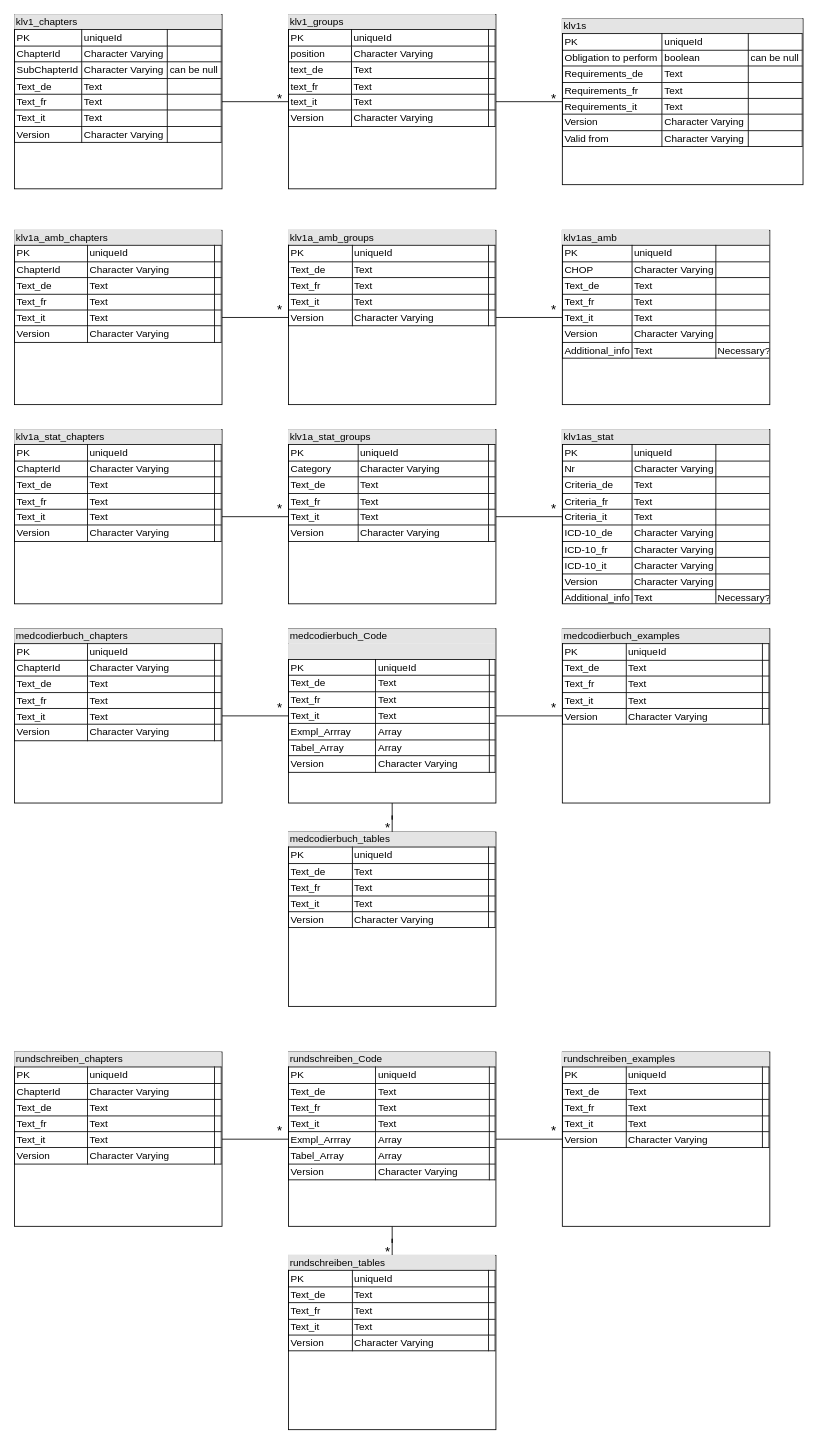
The draw.io diagram Dokumentation/diagrams/Untitled Diagram.drawio in TheCodear/PSE-eonum-docrepo, before the edit. Source tidied: cells renumbered, new cells numbered last; positions are measured from the earlier drawing's top-left corner, leaving out a move shared by most shapes. Both pictures are drawn from the tidied source at 83%, with x=0, y=0 at pixel (14, 14).
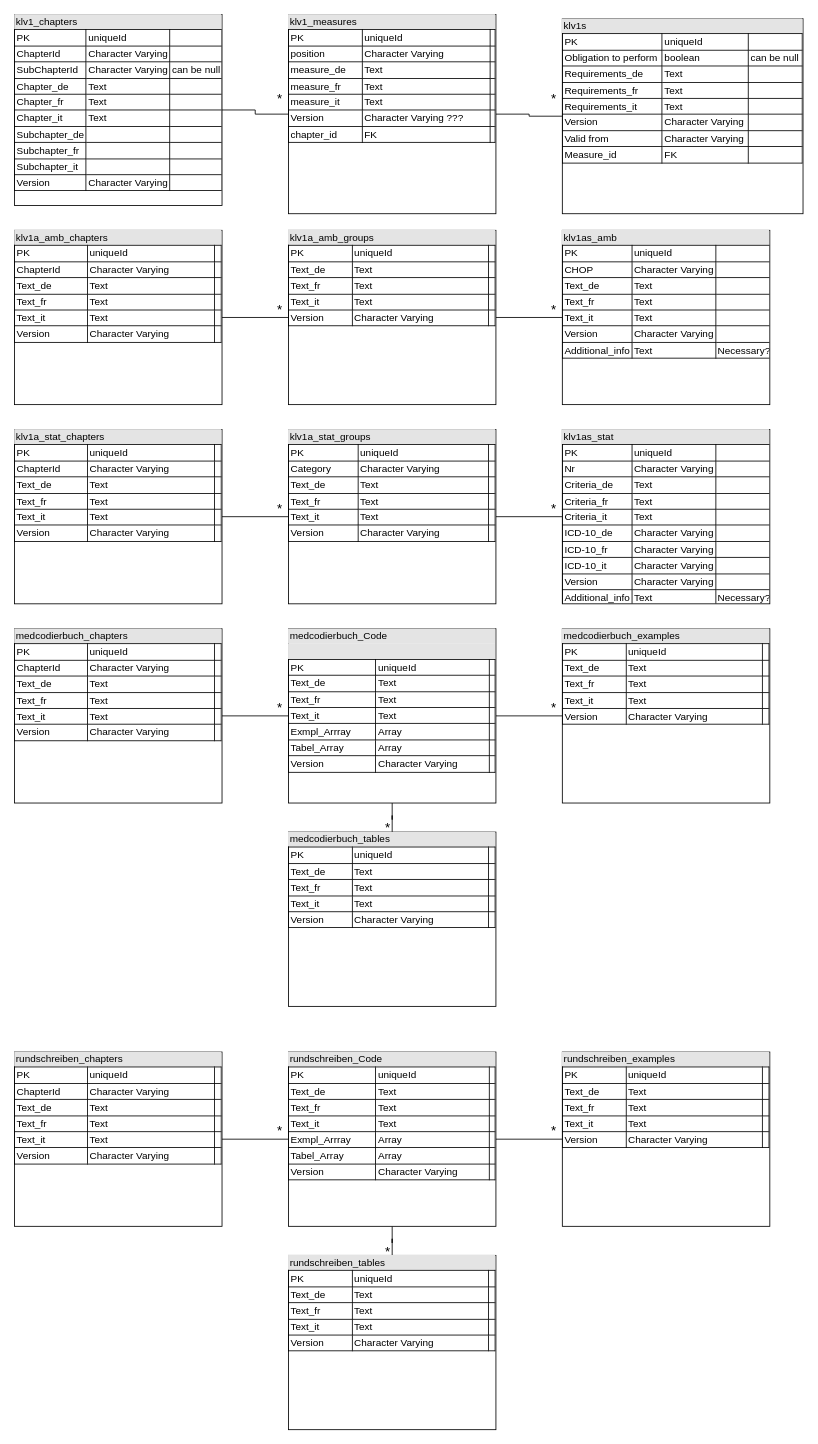
Above is the later version.

Diff of the diagram source:
```diff
@@
-    <mxCell id="3" value="&lt;div style=&quot;box-sizing: border-box ; width: 100% ; background: #e4e4e4 ; padding: 2px&quot;&gt;klv1_chapters&lt;/div&gt;&lt;table style=&quot;width: 100% ; font-size: 1em ; border: 1px solid rgb(0 , 0 , 0) ; border-collapse: collapse&quot; cellspacing=&quot;0&quot; cellpadding=&quot;2&quot; border=&quot;1&quot;&gt;&lt;tbody&gt;&lt;tr&gt;&lt;td&gt;PK&lt;/td&gt;&lt;td&gt;uniqueId&lt;/td&gt;&lt;td&gt;&lt;br&gt;&lt;/td&gt;&lt;/tr&gt;&lt;tr&gt;&lt;td&gt;ChapterId&lt;/td&gt;&lt;td&gt;Character Varying&lt;/td&gt;&lt;td&gt;&lt;br&gt;&lt;/td&gt;&lt;/tr&gt;&lt;tr&gt;&lt;td&gt;SubChapterId&lt;br&gt;&lt;/td&gt;&lt;td style=&quot;border-collapse: collapse&quot;&gt;Character Varying&lt;/td&gt;&lt;td&gt;can be null&lt;br&gt;&lt;/td&gt;&lt;/tr&gt;&lt;tr&gt;&lt;td&gt;Text_de&lt;br&gt;&lt;/td&gt;&lt;td&gt;Text&lt;br&gt;&lt;/td&gt;&lt;td&gt;&lt;br&gt;&lt;/td&gt;&lt;/tr&gt;&lt;tr&gt;&lt;td&gt;Text_fr&lt;br&gt;&lt;/td&gt;&lt;td&gt;Text&lt;br&gt;&lt;/td&gt;&lt;td&gt;&lt;br&gt;&lt;/td&gt;&lt;/tr&gt;&lt;tr&gt;&lt;td&gt;Text_it&lt;br&gt;&lt;/td&gt;&lt;td&gt;Text&lt;br&gt;&lt;/td&gt;&lt;td&gt;&lt;br&gt;&lt;/td&gt;&lt;/tr&gt;&lt;tr&gt;&lt;td&gt;Version&lt;br&gt;&lt;/td&gt;&lt;td&gt;Character Varying&lt;br&gt;&lt;/td&gt;&lt;td&gt;&lt;br&gt;&lt;/td&gt;&lt;/tr&gt;&lt;/tbody&gt;&lt;/table&gt;" style="verticalAlign=top;align=left;overflow=fill;html=1;" parent="1" vertex="1">
-      <mxGeometry width="250" height="210" as="geometry" />
+    <mxCell id="3" value="&lt;div style=&quot;box-sizing: border-box ; width: 100% ; background: #e4e4e4 ; padding: 2px&quot;&gt;klv1_chapters&lt;/div&gt;&lt;table style=&quot;width: 100% ; font-size: 1em ; border: 1px solid rgb(0 , 0 , 0) ; border-collapse: collapse&quot; cellspacing=&quot;0&quot; cellpadding=&quot;2&quot; border=&quot;1&quot;&gt;&lt;tbody&gt;&lt;tr&gt;&lt;td&gt;PK&lt;/td&gt;&lt;td&gt;uniqueId&lt;/td&gt;&lt;td&gt;&lt;br&gt;&lt;/td&gt;&lt;/tr&gt;&lt;tr&gt;&lt;td&gt;ChapterId&lt;/td&gt;&lt;td&gt;Character Varying&lt;/td&gt;&lt;td&gt;&lt;br&gt;&lt;/td&gt;&lt;/tr&gt;&lt;tr&gt;&lt;td&gt;SubChapterId&lt;br&gt;&lt;/td&gt;&lt;td style=&quot;border-collapse: collapse&quot;&gt;Character Varying&lt;/td&gt;&lt;td&gt;can be null&lt;br&gt;&lt;/td&gt;&lt;/tr&gt;&lt;tr&gt;&lt;td&gt;Chapter_de&lt;br&gt;&lt;/td&gt;&lt;td&gt;Text&lt;br&gt;&lt;/td&gt;&lt;td&gt;&lt;br&gt;&lt;/td&gt;&lt;/tr&gt;&lt;tr&gt;&lt;td&gt;Chapter_fr&lt;br&gt;&lt;/td&gt;&lt;td&gt;Text&lt;br&gt;&lt;/td&gt;&lt;td&gt;&lt;br&gt;&lt;/td&gt;&lt;/tr&gt;&lt;tr&gt;&lt;td&gt;Chapter_it&lt;br&gt;&lt;/td&gt;&lt;td&gt;Text&lt;br&gt;&lt;/td&gt;&lt;td&gt;&lt;br&gt;&lt;/td&gt;&lt;/tr&gt;&lt;tr&gt;&lt;td&gt;Subchapter_de&lt;br&gt;&lt;/td&gt;&lt;td&gt;&lt;br&gt;&lt;/td&gt;&lt;td&gt;&lt;br&gt;&lt;/td&gt;&lt;/tr&gt;&lt;tr&gt;&lt;td&gt;Subchapter_fr&lt;br&gt;&lt;/td&gt;&lt;td&gt;&lt;br&gt;&lt;/td&gt;&lt;td&gt;&lt;br&gt;&lt;/td&gt;&lt;/tr&gt;&lt;tr&gt;&lt;td&gt;Subchapter_it&lt;br&gt;&lt;/td&gt;&lt;td&gt;&lt;br&gt;&lt;/td&gt;&lt;td&gt;&lt;br&gt;&lt;/td&gt;&lt;/tr&gt;&lt;tr&gt;&lt;td&gt;Version&lt;br&gt;&lt;/td&gt;&lt;td&gt;Character Varying&lt;br&gt;&lt;/td&gt;&lt;td&gt;&lt;br&gt;&lt;/td&gt;&lt;/tr&gt;&lt;/tbody&gt;&lt;/table&gt;" style="verticalAlign=top;align=left;overflow=fill;html=1;" parent="1" vertex="1">
+      <mxGeometry width="250" height="230" as="geometry" />
     </mxCell>
@@
-    <mxCell id="5" value="&lt;div style=&quot;box-sizing: border-box ; width: 100% ; background: #e4e4e4 ; padding: 2px&quot;&gt;klv1_groups&lt;/div&gt;&lt;table style=&quot;width: 100% ; font-size: 1em ; border: 1px solid rgb(0 , 0 , 0) ; border-collapse: collapse&quot; cellspacing=&quot;0&quot; cellpadding=&quot;2&quot; border=&quot;1&quot;&gt;&lt;tbody&gt;&lt;tr&gt;&lt;td&gt;PK&lt;/td&gt;&lt;td&gt;uniqueId&lt;/td&gt;&lt;td&gt;&lt;br&gt;&lt;/td&gt;&lt;/tr&gt;&lt;tr&gt;&lt;td&gt;position&lt;br&gt;&lt;/td&gt;&lt;td&gt;Character Varying&lt;br&gt;&lt;/td&gt;&lt;td&gt;&lt;br&gt;&lt;/td&gt;&lt;/tr&gt;&lt;tr&gt;&lt;td&gt;text_de&lt;br&gt;&lt;/td&gt;&lt;td style=&quot;border-collapse: collapse&quot;&gt;Text&lt;br&gt;&lt;/td&gt;&lt;td&gt;&lt;br&gt;&lt;/td&gt;&lt;/tr&gt;&lt;tr&gt;&lt;td&gt;text_fr&lt;br&gt;&lt;/td&gt;&lt;td&gt;Text&lt;br&gt;&lt;/td&gt;&lt;td&gt;&lt;br&gt;&lt;/td&gt;&lt;/tr&gt;&lt;tr&gt;&lt;td&gt;text_it&lt;br&gt;&lt;/td&gt;&lt;td&gt;Text&lt;br&gt;&lt;/td&gt;&lt;td&gt;&lt;br&gt;&lt;/td&gt;&lt;/tr&gt;&lt;tr&gt;&lt;td&gt;Version&lt;br&gt;&lt;/td&gt;&lt;td&gt;Character Varying&lt;br&gt;&lt;/td&gt;&lt;td&gt;&lt;br&gt;&lt;/td&gt;&lt;/tr&gt;&lt;/tbody&gt;&lt;/table&gt;" style="verticalAlign=top;align=left;overflow=fill;html=1;" parent="1" vertex="1">
-      <mxGeometry x="330" width="250" height="210" as="geometry" />
+    <mxCell id="5" value="&lt;div style=&quot;box-sizing: border-box ; width: 100% ; background: #e4e4e4 ; padding: 2px&quot;&gt;klv1_measures&lt;/div&gt;&lt;table style=&quot;width: 100% ; font-size: 1em ; border: 1px solid rgb(0 , 0 , 0) ; border-collapse: collapse&quot; cellspacing=&quot;0&quot; cellpadding=&quot;2&quot; border=&quot;1&quot;&gt;&lt;tbody&gt;&lt;tr&gt;&lt;td&gt;PK&lt;/td&gt;&lt;td&gt;uniqueId&lt;/td&gt;&lt;td&gt;&lt;br&gt;&lt;/td&gt;&lt;/tr&gt;&lt;tr&gt;&lt;td&gt;position&lt;br&gt;&lt;/td&gt;&lt;td&gt;Character Varying&lt;br&gt;&lt;/td&gt;&lt;td&gt;&lt;br&gt;&lt;/td&gt;&lt;/tr&gt;&lt;tr&gt;&lt;td&gt;measure_de&lt;br&gt;&lt;/td&gt;&lt;td style=&quot;border-collapse: collapse&quot;&gt;Text&lt;br&gt;&lt;/td&gt;&lt;td&gt;&lt;br&gt;&lt;/td&gt;&lt;/tr&gt;&lt;tr&gt;&lt;td&gt;measure_fr&lt;br&gt;&lt;/td&gt;&lt;td&gt;Text&lt;br&gt;&lt;/td&gt;&lt;td&gt;&lt;br&gt;&lt;/td&gt;&lt;/tr&gt;&lt;tr&gt;&lt;td&gt;measure_it&lt;br&gt;&lt;/td&gt;&lt;td&gt;Text&lt;br&gt;&lt;/td&gt;&lt;td&gt;&lt;br&gt;&lt;/td&gt;&lt;/tr&gt;&lt;tr&gt;&lt;td&gt;Version&lt;br&gt;&lt;/td&gt;&lt;td&gt;Character Varying ???&lt;br&gt;&lt;/td&gt;&lt;td&gt;&lt;br&gt;&lt;/td&gt;&lt;/tr&gt;&lt;tr&gt;&lt;td&gt;chapter_id&lt;br&gt;&lt;/td&gt;&lt;td&gt;FK&lt;br&gt;&lt;/td&gt;&lt;td&gt;&lt;br&gt;&lt;/td&gt;&lt;/tr&gt;&lt;/tbody&gt;&lt;/table&gt;" style="verticalAlign=top;align=left;overflow=fill;html=1;" parent="1" vertex="1">
+      <mxGeometry x="330" width="250" height="240" as="geometry" />
     </mxCell>
-    <mxCell id="6" value="&lt;div style=&quot;box-sizing: border-box ; width: 100% ; background: #e4e4e4 ; padding: 2px&quot;&gt;klv1s&lt;/div&gt;&lt;table style=&quot;width: 100% ; font-size: 1em ; border: 1px solid rgb(0 , 0 , 0) ; border-collapse: collapse&quot; cellspacing=&quot;0&quot; cellpadding=&quot;2&quot; border=&quot;1&quot;&gt;&lt;tbody&gt;&lt;tr&gt;&lt;td&gt;PK&lt;/td&gt;&lt;td&gt;uniqueId&lt;/td&gt;&lt;td&gt;&lt;br&gt;&lt;/td&gt;&lt;/tr&gt;&lt;tr&gt;&lt;td&gt;Obligation to perform&lt;br&gt;&lt;/td&gt;&lt;td&gt;boolean&lt;br&gt;&lt;/td&gt;&lt;td&gt;can be null&lt;br&gt;&lt;/td&gt;&lt;/tr&gt;&lt;tr&gt;&lt;td&gt;Requirements_de&lt;br&gt;&lt;/td&gt;&lt;td style=&quot;border-collapse: collapse&quot;&gt;Text&lt;br&gt;&lt;/td&gt;&lt;td&gt;&lt;br&gt;&lt;/td&gt;&lt;/tr&gt;&lt;tr&gt;&lt;td&gt;Requirements_fr&lt;br&gt;&lt;/td&gt;&lt;td&gt;Text&lt;br&gt;&lt;/td&gt;&lt;td&gt;&lt;br&gt;&lt;/td&gt;&lt;/tr&gt;&lt;tr&gt;&lt;td&gt;Requirements_it&lt;br&gt;&lt;/td&gt;&lt;td&gt;Text&lt;br&gt;&lt;/td&gt;&lt;td&gt;&lt;br&gt;&lt;/td&gt;&lt;/tr&gt;&lt;tr&gt;&lt;td&gt;Version&lt;br&gt;&lt;/td&gt;&lt;td&gt;Character Varying&lt;br&gt;&lt;/td&gt;&lt;td&gt;&lt;br&gt;&lt;/td&gt;&lt;/tr&gt;&lt;tr&gt;&lt;td&gt;Valid from&lt;br&gt;&lt;/td&gt;&lt;td&gt;Character Varying&lt;br&gt;&lt;/td&gt;&lt;td&gt;&lt;br&gt;&lt;/td&gt;&lt;/tr&gt;&lt;/tbody&gt;&lt;/table&gt;" style="verticalAlign=top;align=left;overflow=fill;html=1;" parent="1" vertex="1">
-      <mxGeometry x="660" y="5" width="290" height="200" as="geometry" />
+    <mxCell id="6" value="&lt;div style=&quot;box-sizing: border-box ; width: 100% ; background: #e4e4e4 ; padding: 2px&quot;&gt;klv1s&lt;/div&gt;&lt;table style=&quot;width: 100% ; font-size: 1em ; border: 1px solid rgb(0 , 0 , 0) ; border-collapse: collapse&quot; cellspacing=&quot;0&quot; cellpadding=&quot;2&quot; border=&quot;1&quot;&gt;&lt;tbody&gt;&lt;tr&gt;&lt;td&gt;PK&lt;/td&gt;&lt;td&gt;uniqueId&lt;/td&gt;&lt;td&gt;&lt;br&gt;&lt;/td&gt;&lt;/tr&gt;&lt;tr&gt;&lt;td&gt;Obligation to perform&lt;br&gt;&lt;/td&gt;&lt;td&gt;boolean&lt;br&gt;&lt;/td&gt;&lt;td&gt;can be null&lt;br&gt;&lt;/td&gt;&lt;/tr&gt;&lt;tr&gt;&lt;td&gt;Requirements_de&lt;br&gt;&lt;/td&gt;&lt;td style=&quot;border-collapse: collapse&quot;&gt;Text&lt;br&gt;&lt;/td&gt;&lt;td&gt;&lt;br&gt;&lt;/td&gt;&lt;/tr&gt;&lt;tr&gt;&lt;td&gt;Requirements_fr&lt;br&gt;&lt;/td&gt;&lt;td&gt;Text&lt;br&gt;&lt;/td&gt;&lt;td&gt;&lt;br&gt;&lt;/td&gt;&lt;/tr&gt;&lt;tr&gt;&lt;td&gt;Requirements_it&lt;br&gt;&lt;/td&gt;&lt;td&gt;Text&lt;br&gt;&lt;/td&gt;&lt;td&gt;&lt;br&gt;&lt;/td&gt;&lt;/tr&gt;&lt;tr&gt;&lt;td&gt;Version&lt;br&gt;&lt;/td&gt;&lt;td&gt;Character Varying&lt;br&gt;&lt;/td&gt;&lt;td&gt;&lt;br&gt;&lt;/td&gt;&lt;/tr&gt;&lt;tr&gt;&lt;td&gt;Valid from&lt;br&gt;&lt;/td&gt;&lt;td&gt;Character Varying&lt;br&gt;&lt;/td&gt;&lt;td&gt;&lt;br&gt;&lt;/td&gt;&lt;/tr&gt;&lt;tr&gt;&lt;td&gt;Measure_id&lt;br&gt;&lt;/td&gt;&lt;td&gt;FK&lt;br&gt;&lt;/td&gt;&lt;td&gt;&lt;br&gt;&lt;/td&gt;&lt;/tr&gt;&lt;/tbody&gt;&lt;/table&gt;" style="verticalAlign=top;align=left;overflow=fill;html=1;" parent="1" vertex="1">
+      <mxGeometry x="660" y="5" width="290" height="235" as="geometry" />
     </mxCell>
```
